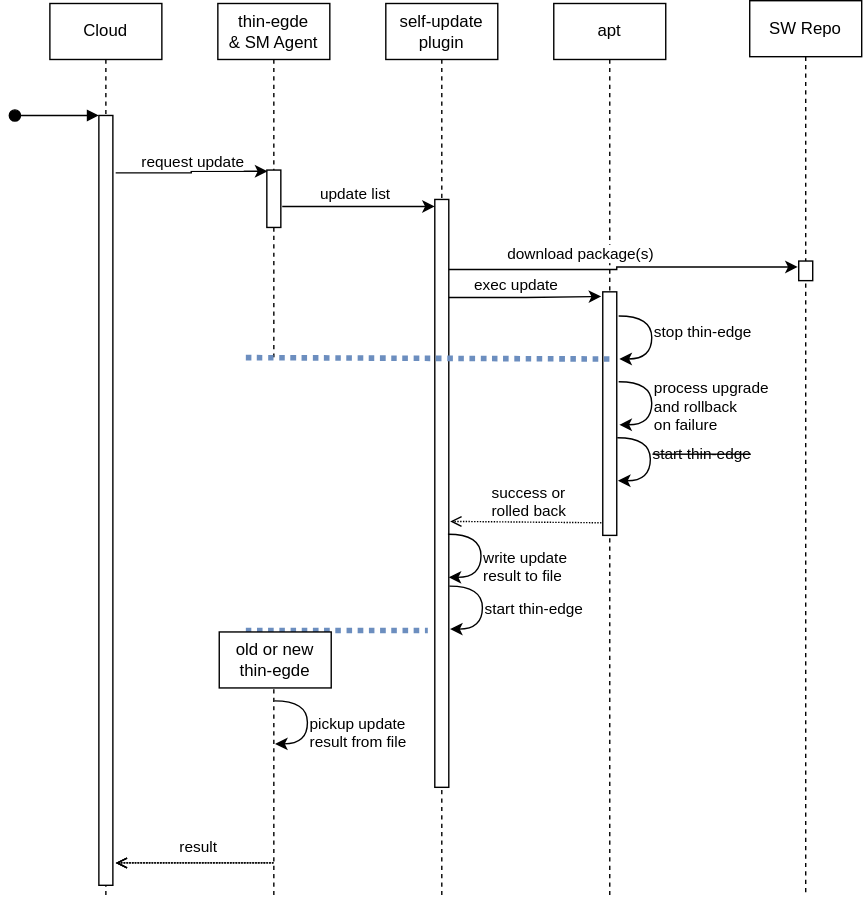
Earlier version of the draw.io export src/self-update/images/self-update.drawio.svg (thin-edge/thin-edge.io-specs). Source tidied: cells renumbered, new cells last; positions are measured from the earlier drawing's top-left corner, leaving out a move shared by most shapes.
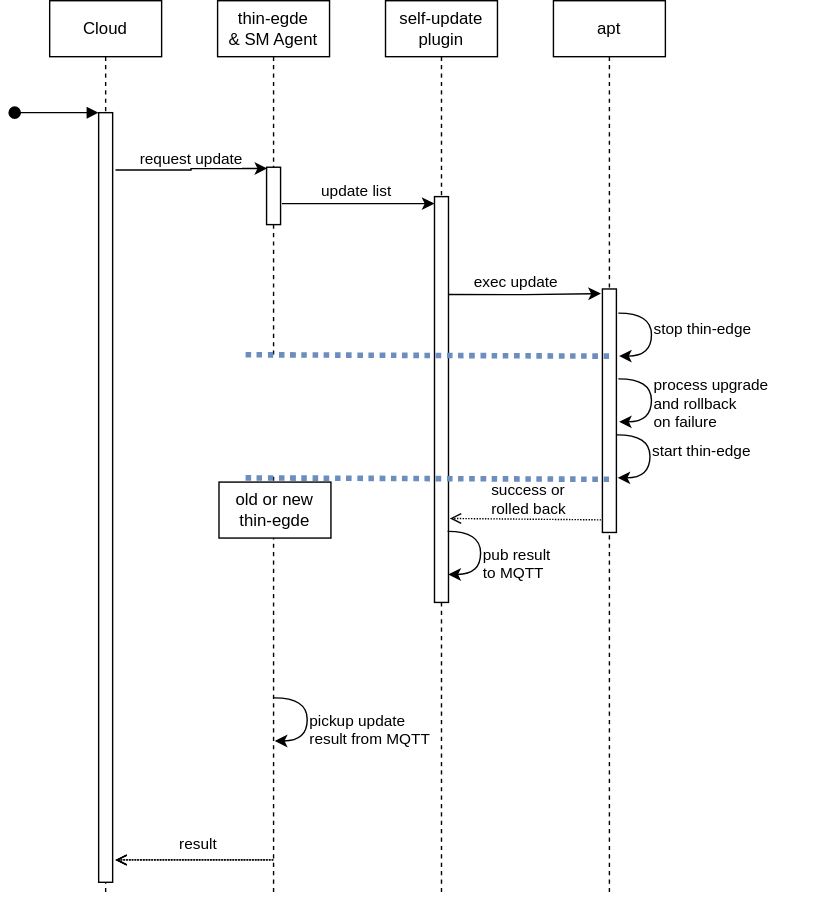
After the change.

Commit message:
improved spec and switched to APT plugin

What changed in the source:
```diff
@@ -8,11 +8,11 @@
     <mxCell id="3" style="html=1;points=[];perimeter=orthogonalPerimeter;" parent="2" vertex="1">
       <mxGeometry x="35" y="80" width="10" height="550" as="geometry" />
     </mxCell>
-    <mxCell id="4" style="html=1;verticalAlign=bottom;startArrow=oval;endArrow=block;startSize=8;rounded=0;" parent="2" edge="1" target="3">
-      <mxGeometry relative="1" as="geometry">
-        <mxPoint x="-25" y="80" as="sourcePoint" />
-      </mxGeometry>
-    </mxCell>
+    <mxCell id="41" style="html=1;verticalAlign=bottom;startArrow=oval;endArrow=block;startSize=8;rounded=0;" parent="2" edge="1" target="3">
+      <mxGeometry relative="1" as="geometry">
+        <mxPoint x="-25" y="80" as="sourcePoint" />
+      </mxGeometry>
+    </mxCell>
     <mxCell id="5" value="thin-egde&lt;br&gt;&amp;amp; SM Agent" style="shape=umlLifeline;perimeter=lifelinePerimeter;whiteSpace=wrap;html=1;outlineConnect=0;" parent="1" vertex="1">
       <mxGeometry x="145" y="2" width="80" height="640" as="geometry" />
     </mxCell>
@@ -28,67 +28,48 @@
         </Array>
       </mxGeometry>
     </mxCell>
-    <mxCell id="8" style="rounded=0;whiteSpace=wrap;html=1;fontSize=11;strokeColor=none;" parent="5" vertex="1">
-      <mxGeometry x="20" y="253" width="50" height="197" as="geometry" />
-    </mxCell>
+    <mxCell id="42" style="rounded=0;whiteSpace=wrap;html=1;fontSize=11;strokeColor=none;" parent="5" vertex="1">
+      <mxGeometry x="20" y="253" width="50" height="87" as="geometry" />
+    </mxCell>
     <mxCell id="9" value="self-update&lt;br&gt;plugin" style="shape=umlLifeline;perimeter=lifelinePerimeter;whiteSpace=wrap;html=1;" parent="1" vertex="1">
       <mxGeometry x="265" y="2" width="80" height="640" as="geometry" />
     </mxCell>
-    <mxCell id="10" style="html=1;perimeter=orthogonalPerimeter;" parent="9" vertex="1">
-      <mxGeometry x="35" y="140" width="10" height="420" as="geometry" />
-    </mxCell>
+    <mxCell id="43" style="html=1;perimeter=orthogonalPerimeter;" parent="9" vertex="1">
+      <mxGeometry x="35" y="140" width="10" height="290" as="geometry" />
+    </mxCell>
     <mxCell id="11" value="apt" style="shape=umlLifeline;perimeter=lifelinePerimeter;whiteSpace=wrap;html=1;" parent="1" vertex="1">
       <mxGeometry x="385" y="2" width="80" height="640" as="geometry" />
     </mxCell>
-    <mxCell id="12" style="edgeStyle=orthogonalEdgeStyle;rounded=0;jettySize=auto;html=1;entryX=-0.069;entryY=0.303;entryDx=0;entryDy=0;entryPerimeter=0;" parent="11" edge="1" target="20">
-      <mxGeometry relative="1" as="geometry">
-        <mxPoint x="-75" y="190" as="sourcePoint" />
-        <Array as="points">
-          <mxPoint x="45" y="189" />
-        </Array>
-      </mxGeometry>
-    </mxCell>
-    <mxCell id="13" value="download package(s)" style="edgeLabel;html=1;align=center;verticalAlign=middle;" parent="12" vertex="1">
-      <mxGeometry x="0.28" relative="1" as="geometry">
-        <mxPoint x="-65" y="-10" as="offset" />
-      </mxGeometry>
-    </mxCell>
-    <mxCell id="14" style="edgeStyle=orthogonalEdgeStyle;curved=1;rounded=0;orthogonalLoop=1;jettySize=auto;html=1;fontSize=11;endArrow=classic;endFill=1;strokeColor=#000000;exitX=1.138;exitY=0.735;exitDx=0;exitDy=0;exitPerimeter=0;entryX=1.186;entryY=0.902;entryDx=0;entryDy=0;entryPerimeter=0;labelBackgroundColor=none;" parent="11" edge="1">
-      <mxGeometry x="0.09" y="60" relative="1" as="geometry">
-        <mxPoint x="46.4" y="270.2" as="sourcePoint" />
-        <mxPoint x="46.9" y="301" as="targetPoint" />
-        <Array as="points">
-          <mxPoint x="70" y="270" />
-          <mxPoint x="70" y="301" />
-        </Array>
-      </mxGeometry>
-    </mxCell>
+    <mxCell id="44" style="edgeStyle=orthogonalEdgeStyle;curved=1;rounded=0;orthogonalLoop=1;jettySize=auto;html=1;fontSize=11;endArrow=classic;endFill=1;strokeColor=#000000;exitX=1.138;exitY=0.735;exitDx=0;exitDy=0;exitPerimeter=0;entryX=1.186;entryY=0.902;entryDx=0;entryDy=0;entryPerimeter=0;labelBackgroundColor=none;" parent="11" edge="1">
+      <mxGeometry x="0.09" y="60" relative="1" as="geometry">
+        <mxPoint x="46.4" y="270.2" as="sourcePoint" />
+        <mxPoint x="46.9" y="301" as="targetPoint" />
+        <Array as="points">
+          <mxPoint x="70" y="270" />
+          <mxPoint x="70" y="301" />
+        </Array>
+      </mxGeometry>
+    </mxCell>
     <mxCell id="15" style="html=1;points=[];perimeter=orthogonalPerimeter;" parent="11" vertex="1">
       <mxGeometry x="35" y="206" width="10" height="174" as="geometry" />
     </mxCell>
     <mxCell id="16" value="success or&lt;br&gt;rolled back" style="text;whiteSpace=wrap;html=1;fontSize=11;" parent="11" vertex="1">
       <mxGeometry x="-46" y="337" width="60" height="30" as="geometry" />
     </mxCell>
-    <mxCell id="17" style="edgeStyle=orthogonalEdgeStyle;rounded=0;jettySize=auto;html=1;entryX=0.044;entryY=0.022;entryDx=0;entryDy=0;entryPerimeter=0;" parent="1" edge="1" target="6">
-      <mxGeometry relative="1" as="geometry">
-        <mxPoint x="72" y="123" as="sourcePoint" />
-        <Array as="points">
-          <mxPoint x="126" y="123" />
-          <mxPoint x="180" y="122" />
-        </Array>
-      </mxGeometry>
-    </mxCell>
+    <mxCell id="45" style="edgeStyle=orthogonalEdgeStyle;rounded=0;jettySize=auto;html=1;entryX=0.044;entryY=0.022;entryDx=0;entryDy=0;entryPerimeter=0;" parent="1" edge="1" target="6">
+      <mxGeometry relative="1" as="geometry">
+        <mxPoint x="72" y="123" as="sourcePoint" />
+        <Array as="points">
+          <mxPoint x="126" y="123" />
+          <mxPoint x="180" y="122" />
+        </Array>
+      </mxGeometry>
+    </mxCell>
-    <mxCell id="18" value="request update" style="edgeLabel;html=1;align=center;verticalAlign=bottom;" parent="17" vertex="1">
+    <mxCell id="18" value="request update" style="edgeLabel;html=1;align=center;verticalAlign=bottom;" parent="45" vertex="1">
       <mxGeometry x="-0.3" y="-1" relative="1" as="geometry">
         <mxPoint x="16" y="-1" as="offset" />
       </mxGeometry>
     </mxCell>
-    <mxCell id="19" value="SW Repo" style="shape=umlLifeline;perimeter=lifelinePerimeter;whiteSpace=wrap;html=1;" parent="1" vertex="1">
-      <mxGeometry x="525" width="80" height="640" as="geometry" />
-    </mxCell>
-    <mxCell id="20" style="html=1;points=[];perimeter=orthogonalPerimeter;" parent="19" vertex="1">
-      <mxGeometry x="35" y="186" width="10" height="14" as="geometry" />
-    </mxCell>
     <mxCell id="21" value="exec update" style="edgeStyle=orthogonalEdgeStyle;rounded=0;jettySize=auto;html=1;verticalAlign=bottom;entryX=-0.107;entryY=0.019;entryDx=0;entryDy=0;entryPerimeter=0;" parent="1" edge="1" target="15">
       <mxGeometry x="-0.11" relative="1" as="geometry">
         <mxPoint x="310" y="212" as="sourcePoint" />
@@ -97,109 +78,96 @@
     <mxCell id="22" value="process upgrade&lt;br&gt;and rollback &lt;br&gt;on failure" style="text;whiteSpace=wrap;html=1;fontSize=11;" parent="1" vertex="1">
       <mxGeometry x="455" y="264" width="90" height="48" as="geometry" />
     </mxCell>
-    <mxCell id="23" style="edgeStyle=orthogonalEdgeStyle;curved=1;rounded=0;orthogonalLoop=1;jettySize=auto;html=1;fontSize=11;endArrow=classic;endFill=1;strokeColor=#000000;exitX=1.138;exitY=0.735;exitDx=0;exitDy=0;exitPerimeter=0;entryX=1.186;entryY=0.902;entryDx=0;entryDy=0;entryPerimeter=0;labelBackgroundColor=none;" parent="1" edge="1">
-      <mxGeometry x="0.09" y="60" relative="1" as="geometry">
-        <mxPoint x="431.4" y="225.2" as="sourcePoint" />
-        <mxPoint x="431.9" y="256" as="targetPoint" />
-        <Array as="points">
-          <mxPoint x="455" y="225" />
-          <mxPoint x="455" y="256" />
-        </Array>
-      </mxGeometry>
-    </mxCell>
+    <mxCell id="46" style="edgeStyle=orthogonalEdgeStyle;curved=1;rounded=0;orthogonalLoop=1;jettySize=auto;html=1;fontSize=11;endArrow=classic;endFill=1;strokeColor=#000000;exitX=1.138;exitY=0.735;exitDx=0;exitDy=0;exitPerimeter=0;entryX=1.186;entryY=0.902;entryDx=0;entryDy=0;entryPerimeter=0;labelBackgroundColor=none;" parent="1" edge="1">
+      <mxGeometry x="0.09" y="60" relative="1" as="geometry">
+        <mxPoint x="431.4" y="225.2" as="sourcePoint" />
+        <mxPoint x="431.9" y="256" as="targetPoint" />
+        <Array as="points">
+          <mxPoint x="455" y="225" />
+          <mxPoint x="455" y="256" />
+        </Array>
+      </mxGeometry>
+    </mxCell>
     <mxCell id="24" value="stop thin-edge" style="text;whiteSpace=wrap;html=1;fontSize=11;" parent="1" vertex="1">
       <mxGeometry x="455" y="224" width="130" height="40" as="geometry" />
     </mxCell>
-    <mxCell id="25" style="edgeStyle=orthogonalEdgeStyle;curved=1;rounded=0;orthogonalLoop=1;jettySize=auto;html=1;fontSize=11;endArrow=classic;endFill=1;strokeColor=#000000;exitX=1.138;exitY=0.735;exitDx=0;exitDy=0;exitPerimeter=0;entryX=1.186;entryY=0.902;entryDx=0;entryDy=0;entryPerimeter=0;labelBackgroundColor=none;" parent="1" edge="1">
-      <mxGeometry x="0.09" y="60" relative="1" as="geometry">
-        <mxPoint x="430.4" y="312.2" as="sourcePoint" />
-        <mxPoint x="430.9" y="343" as="targetPoint" />
-        <Array as="points">
-          <mxPoint x="454" y="312" />
-          <mxPoint x="454" y="343" />
-        </Array>
-      </mxGeometry>
-    </mxCell>
-    <mxCell id="26" value="&lt;strike&gt;start thin-edge&lt;/strike&gt;" style="text;whiteSpace=wrap;html=1;fontSize=11;" parent="1" vertex="1">
-      <mxGeometry x="454" y="311" width="130" height="40" as="geometry" />
-    </mxCell>
-    <mxCell id="27" style="endArrow=none;html=1;rounded=0;labelBackgroundColor=none;fontSize=11;strokeColor=#6c8ebf;curved=1;dashed=1;dashPattern=1 1;strokeWidth=4;fillColor=#dae8fc;gradientColor=#7ea6e0;exitX=0;exitY=1;exitDx=0;exitDy=0;" parent="1" edge="1">
-      <mxGeometry relative="1" as="geometry">
-        <mxPoint x="165" y="450" as="sourcePoint" />
-        <mxPoint x="295" y="450" as="targetPoint" />
-      </mxGeometry>
-    </mxCell>
-    <mxCell id="28" style="endArrow=none;html=1;rounded=0;labelBackgroundColor=none;fontSize=11;strokeColor=#6c8ebf;curved=1;dashed=1;dashPattern=1 1;strokeWidth=4;fillColor=#dae8fc;gradientColor=#7ea6e0;exitX=0;exitY=0;exitDx=0;exitDy=0;" parent="1" edge="1" source="8">
-      <mxGeometry relative="1" as="geometry">
-        <mxPoint x="424.8" y="256" as="targetPoint" />
-      </mxGeometry>
-    </mxCell>
-    <mxCell id="29" style="endArrow=open;html=1;rounded=0;dashed=1;dashPattern=1 1;labelBackgroundColor=none;fontSize=11;strokeColor=#000000;strokeWidth=1;curved=1;endFill=0;verticalAlign=bottom;" parent="1" edge="1">
-      <mxGeometry relative="1" as="geometry">
-        <mxPoint x="419" y="373" as="sourcePoint" />
-        <mxPoint x="311" y="372" as="targetPoint" />
-      </mxGeometry>
-    </mxCell>
+    <mxCell id="47" style="edgeStyle=orthogonalEdgeStyle;curved=1;rounded=0;orthogonalLoop=1;jettySize=auto;html=1;fontSize=11;endArrow=classic;endFill=1;strokeColor=#000000;exitX=1.138;exitY=0.735;exitDx=0;exitDy=0;exitPerimeter=0;entryX=1.186;entryY=0.902;entryDx=0;entryDy=0;entryPerimeter=0;labelBackgroundColor=none;" parent="1" edge="1">
+      <mxGeometry x="0.09" y="60" relative="1" as="geometry">
+        <mxPoint x="430.4" y="312.2" as="sourcePoint" />
+        <mxPoint x="430.9" y="343" as="targetPoint" />
+        <Array as="points">
+          <mxPoint x="454" y="312" />
+          <mxPoint x="454" y="343" />
+        </Array>
+      </mxGeometry>
+    </mxCell>
+    <mxCell id="36" value="start thin-edge" style="text;whiteSpace=wrap;html=1;fontSize=11;" parent="1" vertex="1">
+      <mxGeometry x="454" y="311" width="130" height="40" as="geometry" />
+    </mxCell>
+    <mxCell id="48" style="endArrow=none;html=1;rounded=0;labelBackgroundColor=none;fontSize=11;strokeColor=#6c8ebf;curved=1;dashed=1;dashPattern=1 1;strokeWidth=4;fillColor=#dae8fc;gradientColor=#7ea6e0;exitX=0;exitY=0;exitDx=0;exitDy=0;" parent="1" edge="1" source="42">
+      <mxGeometry relative="1" as="geometry">
+        <mxPoint x="424.8" y="256" as="targetPoint" />
+      </mxGeometry>
+    </mxCell>
+    <mxCell id="49" style="endArrow=open;html=1;rounded=0;dashed=1;dashPattern=1 1;labelBackgroundColor=none;fontSize=11;strokeColor=#000000;strokeWidth=1;curved=1;endFill=0;verticalAlign=bottom;" parent="1" edge="1">
+      <mxGeometry relative="1" as="geometry">
+        <mxPoint x="419" y="373" as="sourcePoint" />
+        <mxPoint x="311" y="372" as="targetPoint" />
+      </mxGeometry>
+    </mxCell>
     <mxCell id="30" value="result" style="text;whiteSpace=wrap;html=1;fontSize=11;" parent="1" vertex="1">
       <mxGeometry x="116" y="592" width="60" height="20" as="geometry" />
     </mxCell>
-    <mxCell id="31" style="endArrow=open;html=1;rounded=0;dashed=1;dashPattern=1 1;labelBackgroundColor=none;fontSize=11;strokeColor=#000000;strokeWidth=1;curved=1;endFill=0;verticalAlign=bottom;" parent="1" edge="1" source="5">
-      <mxGeometry relative="1" as="geometry">
-        <mxPoint x="72" y="616" as="targetPoint" />
-      </mxGeometry>
-    </mxCell>
+    <mxCell id="50" style="endArrow=open;html=1;rounded=0;dashed=1;dashPattern=1 1;labelBackgroundColor=none;fontSize=11;strokeColor=#000000;strokeWidth=1;curved=1;endFill=0;verticalAlign=bottom;" parent="1" edge="1" source="5">
+      <mxGeometry relative="1" as="geometry">
+        <mxPoint x="72" y="616" as="targetPoint" />
+      </mxGeometry>
+    </mxCell>
     <mxCell id="32" value="old or new thin-egde" style="shape=umlLifeline;perimeter=lifelinePerimeter;whiteSpace=wrap;html=1;" parent="1" vertex="1">
-      <mxGeometry x="146" y="451" width="80" height="40" as="geometry" />
+      <mxGeometry x="146" y="346" width="80" height="40" as="geometry" />
     </mxCell>
-    <mxCell id="33" style="endArrow=open;html=1;rounded=0;dashed=1;dashPattern=1 1;labelBackgroundColor=none;fontSize=11;strokeColor=#000000;strokeWidth=1;curved=1;endFill=0;verticalAlign=bottom;" parent="1" edge="1">
-      <mxGeometry relative="1" as="geometry">
-        <mxPoint x="185" y="616" as="sourcePoint" />
-        <mxPoint x="72" y="616" as="targetPoint" />
-      </mxGeometry>
-    </mxCell>
-    <mxCell id="34" style="endArrow=open;html=1;rounded=0;dashed=1;dashPattern=1 1;labelBackgroundColor=none;fontSize=11;strokeColor=#000000;strokeWidth=1;curved=1;endFill=0;verticalAlign=bottom;" parent="1" edge="1" source="5">
-      <mxGeometry relative="1" as="geometry">
-        <mxPoint x="72" y="616" as="targetPoint" />
-      </mxGeometry>
-    </mxCell>
-    <mxCell id="35" style="edgeStyle=orthogonalEdgeStyle;curved=1;rounded=0;orthogonalLoop=1;jettySize=auto;html=1;fontSize=11;endArrow=classic;endFill=1;strokeColor=#000000;exitX=1.138;exitY=0.735;exitDx=0;exitDy=0;exitPerimeter=0;entryX=1.186;entryY=0.902;entryDx=0;entryDy=0;entryPerimeter=0;labelBackgroundColor=none;" parent="1" edge="1">
-      <mxGeometry x="0.09" y="60" relative="1" as="geometry">
-        <mxPoint x="310.4" y="418.2" as="sourcePoint" />
-        <mxPoint x="310.9" y="449" as="targetPoint" />
-        <Array as="points">
-          <mxPoint x="334" y="418" />
-          <mxPoint x="334" y="449" />
-        </Array>
-      </mxGeometry>
-    </mxCell>
-    <mxCell id="36" value="start thin-edge" style="text;whiteSpace=wrap;html=1;fontSize=11;" parent="1" vertex="1">
-      <mxGeometry x="334" y="422" width="130" height="40" as="geometry" />
-    </mxCell>
-    <mxCell id="37" style="edgeStyle=orthogonalEdgeStyle;curved=1;rounded=0;orthogonalLoop=1;jettySize=auto;html=1;fontSize=11;endArrow=classic;endFill=1;strokeColor=#000000;exitX=1.138;exitY=0.735;exitDx=0;exitDy=0;exitPerimeter=0;entryX=1.186;entryY=0.902;entryDx=0;entryDy=0;entryPerimeter=0;labelBackgroundColor=none;" parent="1" edge="1">
-      <mxGeometry x="0.09" y="60" relative="1" as="geometry">
-        <mxPoint x="309.4" y="381.2" as="sourcePoint" />
-        <mxPoint x="309.9" y="412" as="targetPoint" />
-        <Array as="points">
-          <mxPoint x="333" y="381" />
-          <mxPoint x="333" y="412" />
-        </Array>
-      </mxGeometry>
-    </mxCell>
-    <mxCell id="38" value="write update&lt;br&gt;result to file" style="text;whiteSpace=wrap;html=1;fontSize=11;" parent="1" vertex="1">
-      <mxGeometry x="333" y="385" width="130" height="40" as="geometry" />
-    </mxCell>
-    <mxCell id="39" style="edgeStyle=orthogonalEdgeStyle;curved=1;rounded=0;orthogonalLoop=1;jettySize=auto;html=1;fontSize=11;endArrow=classic;endFill=1;strokeColor=#000000;exitX=1.138;exitY=0.735;exitDx=0;exitDy=0;exitPerimeter=0;entryX=1.186;entryY=0.902;entryDx=0;entryDy=0;entryPerimeter=0;labelBackgroundColor=none;" parent="1" edge="1">
-      <mxGeometry x="0.09" y="60" relative="1" as="geometry">
-        <mxPoint x="185.4" y="500.2" as="sourcePoint" />
-        <mxPoint x="185.9" y="531" as="targetPoint" />
-        <Array as="points">
-          <mxPoint x="209" y="500" />
-          <mxPoint x="209" y="531" />
-        </Array>
-      </mxGeometry>
-    </mxCell>
-    <mxCell id="40" value="pickup update&lt;br&gt;result from file" style="text;whiteSpace=wrap;html=1;fontSize=11;" parent="1" vertex="1">
-      <mxGeometry x="209" y="504" width="130" height="40" as="geometry" />
-    </mxCell>
+    <mxCell id="51" style="endArrow=open;html=1;rounded=0;dashed=1;dashPattern=1 1;labelBackgroundColor=none;fontSize=11;strokeColor=#000000;strokeWidth=1;curved=1;endFill=0;verticalAlign=bottom;" parent="1" edge="1">
+      <mxGeometry relative="1" as="geometry">
+        <mxPoint x="185" y="616" as="sourcePoint" />
+        <mxPoint x="72" y="616" as="targetPoint" />
+      </mxGeometry>
+    </mxCell>
+    <mxCell id="52" style="endArrow=open;html=1;rounded=0;dashed=1;dashPattern=1 1;labelBackgroundColor=none;fontSize=11;strokeColor=#000000;strokeWidth=1;curved=1;endFill=0;verticalAlign=bottom;" parent="1" edge="1" source="5">
+      <mxGeometry relative="1" as="geometry">
+        <mxPoint x="72" y="616" as="targetPoint" />
+      </mxGeometry>
+    </mxCell>
+    <mxCell id="53" style="edgeStyle=orthogonalEdgeStyle;curved=1;rounded=0;orthogonalLoop=1;jettySize=auto;html=1;fontSize=11;endArrow=classic;endFill=1;strokeColor=#000000;exitX=1.138;exitY=0.735;exitDx=0;exitDy=0;exitPerimeter=0;entryX=1.186;entryY=0.902;entryDx=0;entryDy=0;entryPerimeter=0;labelBackgroundColor=none;" parent="1" edge="1">
+      <mxGeometry x="0.09" y="60" relative="1" as="geometry">
+        <mxPoint x="309.4" y="381.2" as="sourcePoint" />
+        <mxPoint x="309.9" y="412" as="targetPoint" />
+        <Array as="points">
+          <mxPoint x="333" y="381" />
+          <mxPoint x="333" y="412" />
+        </Array>
+      </mxGeometry>
+    </mxCell>
+    <mxCell id="54" value="pub result&lt;br&gt;to MQTT" style="text;whiteSpace=wrap;html=1;fontSize=11;" parent="1" vertex="1">
+      <mxGeometry x="333" y="385" width="130" height="40" as="geometry" />
+    </mxCell>
+    <mxCell id="55" style="edgeStyle=orthogonalEdgeStyle;curved=1;rounded=0;orthogonalLoop=1;jettySize=auto;html=1;fontSize=11;endArrow=classic;endFill=1;strokeColor=#000000;exitX=1.138;exitY=0.735;exitDx=0;exitDy=0;exitPerimeter=0;entryX=1.186;entryY=0.902;entryDx=0;entryDy=0;entryPerimeter=0;labelBackgroundColor=none;" parent="1" edge="1">
+      <mxGeometry x="0.09" y="60" relative="1" as="geometry">
+        <mxPoint x="185.4" y="500.2" as="sourcePoint" />
+        <mxPoint x="185.9" y="531" as="targetPoint" />
+        <Array as="points">
+          <mxPoint x="209" y="500" />
+          <mxPoint x="209" y="531" />
+        </Array>
+      </mxGeometry>
+    </mxCell>
+    <mxCell id="56" value="pickup update &lt;br&gt;result from MQTT " style="text;whiteSpace=wrap;html=1;fontSize=11;" parent="1" vertex="1">
+      <mxGeometry x="209" y="504" width="130" height="40" as="geometry" />
+    </mxCell>
+    <mxCell id="57" style="endArrow=none;html=1;rounded=0;labelBackgroundColor=none;fontSize=11;strokeColor=#6c8ebf;curved=1;dashed=1;dashPattern=1 1;strokeWidth=4;fillColor=#dae8fc;gradientColor=#7ea6e0;exitX=0;exitY=0;exitDx=0;exitDy=0;" parent="1" edge="1">
+      <mxGeometry relative="1" as="geometry">
+        <mxPoint x="165" y="343" as="sourcePoint" />
+        <mxPoint x="424.8" y="344" as="targetPoint" />
+      </mxGeometry>
+    </mxCell>
   </root>
 </mxGraphModel>
```
